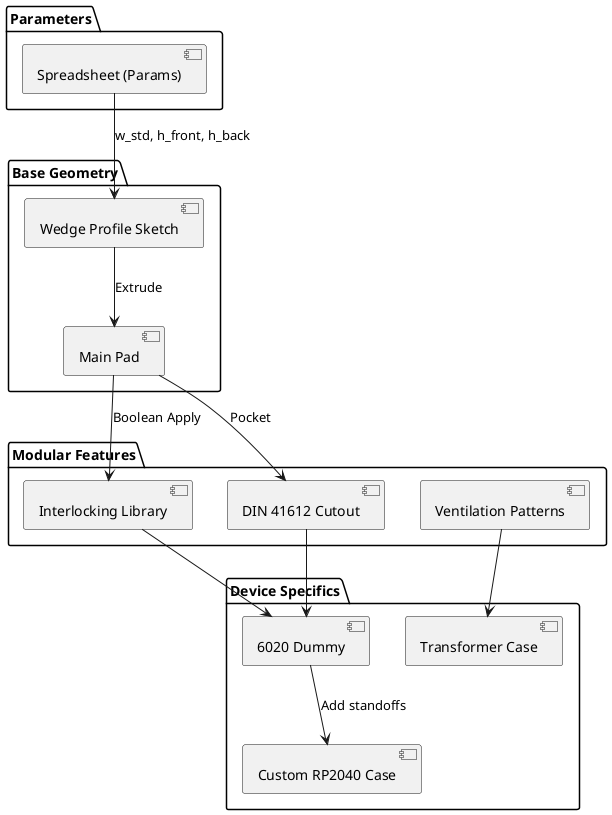
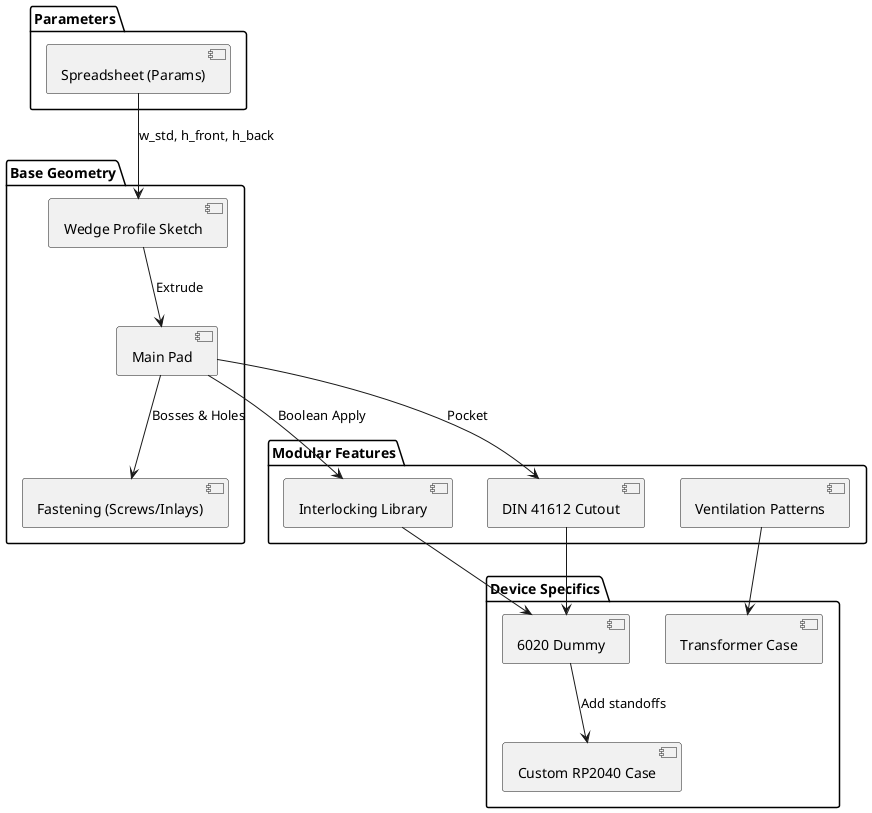
@startuml
package "Parameters" {
    [Spreadsheet (Params)] as Params
}

package "Base Geometry" {
    [Wedge Profile Sketch] as Profile
    [Main Pad] as MainBody
+     [Fastening (Screws/Inlays)] as Fastening
}

package "Modular Features" {
    [Interlocking Library] as Interlock
    [DIN 41612 Cutout] as DIN
    [Ventilation Patterns] as Vents
}

package "Device Specifics" {
    [6020 Dummy] as 6020
    [Transformer Case] as Trans
    [Custom RP2040 Case] as RP2040
}

Params --> Profile : "w_std, h_front, h_back"
Profile --> MainBody : "Extrude"
MainBody --> Interlock : "Boolean Apply"
MainBody --> DIN : "Pocket"
+ MainBody --> Fastening : "Bosses & Holes"

Interlock --> 6020
DIN --> 6020

Vents --> Trans
6020 --> RP2040 : "Add standoffs"

@enduml
